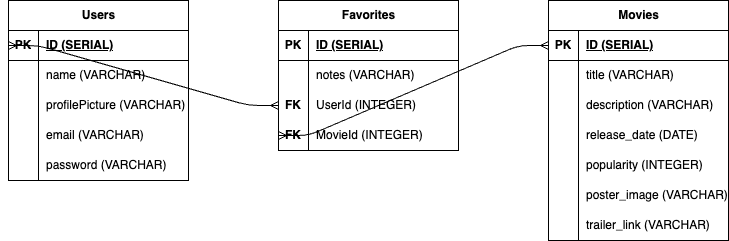
Above: src/schema.drawio.png in sharkpause/gowit (draw.io), before the change. Source tidied: cells renumbered, new cells last; positions are measured from the earlier drawing's top-left corner, leaving out a move shared by most shapes.
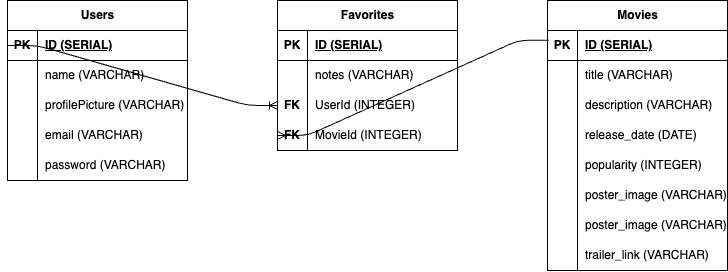
After the commit.

Commit message:
Revise the line for the schema

Diff of the diagram source:
```diff
@@ -3,7 +3,7 @@
     <mxCell id="0" />
     <mxCell id="1" parent="0" />
     <mxCell id="2" value="Movies" style="shape=table;startSize=30;rowLines=0;fontStyle=1;align=center;html=1;" parent="1" vertex="1">
-      <mxGeometry x="540" width="180" height="240" as="geometry" />
+      <mxGeometry x="540" width="180" height="270" as="geometry" />
     </mxCell>
     <mxCell id="3" style="shape=tableRow;horizontal=0;startSize=0;swimlaneHead=0;swimlaneBody=0;fillColor=none;points=[[0,0.5],[1,0.5]];portConstraint=eastwest;top=0;left=0;right=0;bottom=1;" parent="2" vertex="1">
       <mxGeometry y="30" width="180" height="30" as="geometry" />
@@ -50,8 +50,17 @@
     <mxCell id="17" value="popularity (INTEGER)" style="shape=partialRectangle;fillColor=none;top=0;left=0;bottom=0;right=0;align=left;spacingLeft=6;overflow=hidden;whiteSpace=wrap;html=1;" parent="15" vertex="1">
       <mxGeometry x="30" width="150" height="30" as="geometry" />
     </mxCell>
+    <mxCell id="55" style="shape=tableRow;horizontal=0;startSize=0;swimlaneHead=0;swimlaneBody=0;fillColor=none;top=0;left=0;right=0;bottom=0;" parent="2" vertex="1">
+      <mxGeometry y="180" width="180" height="30" as="geometry" />
+    </mxCell>
+    <mxCell id="56" style="shape=partialRectangle;fillColor=none;top=0;left=0;bottom=0;right=0;overflow=hidden;whiteSpace=wrap;html=1;" parent="55" vertex="1">
+      <mxGeometry width="30" height="30" as="geometry" />
+    </mxCell>
+    <mxCell id="57" value="poster_image (VARCHAR)" style="shape=partialRectangle;fillColor=none;top=0;left=0;bottom=0;right=0;align=left;spacingLeft=6;overflow=hidden;whiteSpace=wrap;html=1;" parent="55" vertex="1">
+      <mxGeometry x="30" width="150" height="30" as="geometry" />
+    </mxCell>
     <mxCell id="18" style="shape=tableRow;horizontal=0;startSize=0;swimlaneHead=0;swimlaneBody=0;fillColor=none;top=0;left=0;right=0;bottom=0;" parent="2" vertex="1">
-      <mxGeometry y="180" width="180" height="30" as="geometry" />
+      <mxGeometry y="210" width="180" height="30" as="geometry" />
     </mxCell>
     <mxCell id="19" style="shape=partialRectangle;fillColor=none;top=0;left=0;bottom=0;right=0;overflow=hidden;whiteSpace=wrap;html=1;" parent="18" vertex="1">
       <mxGeometry width="30" height="30" as="geometry" />
@@ -60,7 +69,7 @@
       <mxGeometry x="30" width="150" height="30" as="geometry" />
     </mxCell>
     <mxCell id="21" style="shape=tableRow;horizontal=0;startSize=0;swimlaneHead=0;swimlaneBody=0;fillColor=none;top=0;left=0;right=0;bottom=0;" parent="2" vertex="1">
-      <mxGeometry y="210" width="180" height="30" as="geometry" />
+      <mxGeometry y="240" width="180" height="30" as="geometry" />
     </mxCell>
     <mxCell id="22" style="shape=partialRectangle;fillColor=none;top=0;left=0;bottom=0;right=0;overflow=hidden;whiteSpace=wrap;html=1;" parent="21" vertex="1">
       <mxGeometry width="30" height="30" as="geometry" />
@@ -155,11 +164,11 @@
     <mxCell id="52" value="MovieId (INTEGER)" style="shape=partialRectangle;fillColor=none;top=0;left=0;bottom=0;right=0;align=left;spacingLeft=6;overflow=hidden;whiteSpace=wrap;html=1;" parent="50" vertex="1">
       <mxGeometry x="30" width="150" height="30" as="geometry" />
     </mxCell>
-    <mxCell id="53" style="edgeStyle=entityRelationEdgeStyle;fontSize=12;html=1;endArrow=ERmany;startArrow=ERmany;exitX=0;exitY=0.5;exitDx=0;exitDy=0;entryX=0;entryY=0.5;entryDx=0;entryDy=0;" parent="1" edge="1" source="25" target="47">
+    <mxCell id="53" style="edgeStyle=entityRelationEdgeStyle;fontSize=12;html=1;endArrow=ERoneToMany;exitX=0;exitY=0.5;exitDx=0;exitDy=0;entryX=0;entryY=0.5;entryDx=0;entryDy=0;" parent="1" edge="1" source="25" target="47">
       <mxGeometry relative="1" as="geometry" />
     </mxCell>
-    <mxCell id="54" style="edgeStyle=entityRelationEdgeStyle;fontSize=12;html=1;endArrow=ERmany;startArrow=ERmany;exitX=0;exitY=0.5;exitDx=0;exitDy=0;entryX=0;entryY=0.5;entryDx=0;entryDy=0;" parent="1" edge="1" source="50" target="3">
-      <mxGeometry relative="1" as="geometry" />
-    </mxCell>
+    <mxCell id="58" style="edgeStyle=entityRelationEdgeStyle;fontSize=12;html=1;endArrow=ERoneToMany;exitX=0.007;exitY=0.325;exitDx=0;exitDy=0;exitPerimeter=0;entryX=0;entryY=0.5;entryDx=0;entryDy=0;" parent="1" edge="1" source="3" target="50">
+      <mxGeometry relative="1" as="geometry" />
+    </mxCell>
   </root>
 </mxGraphModel>
```
